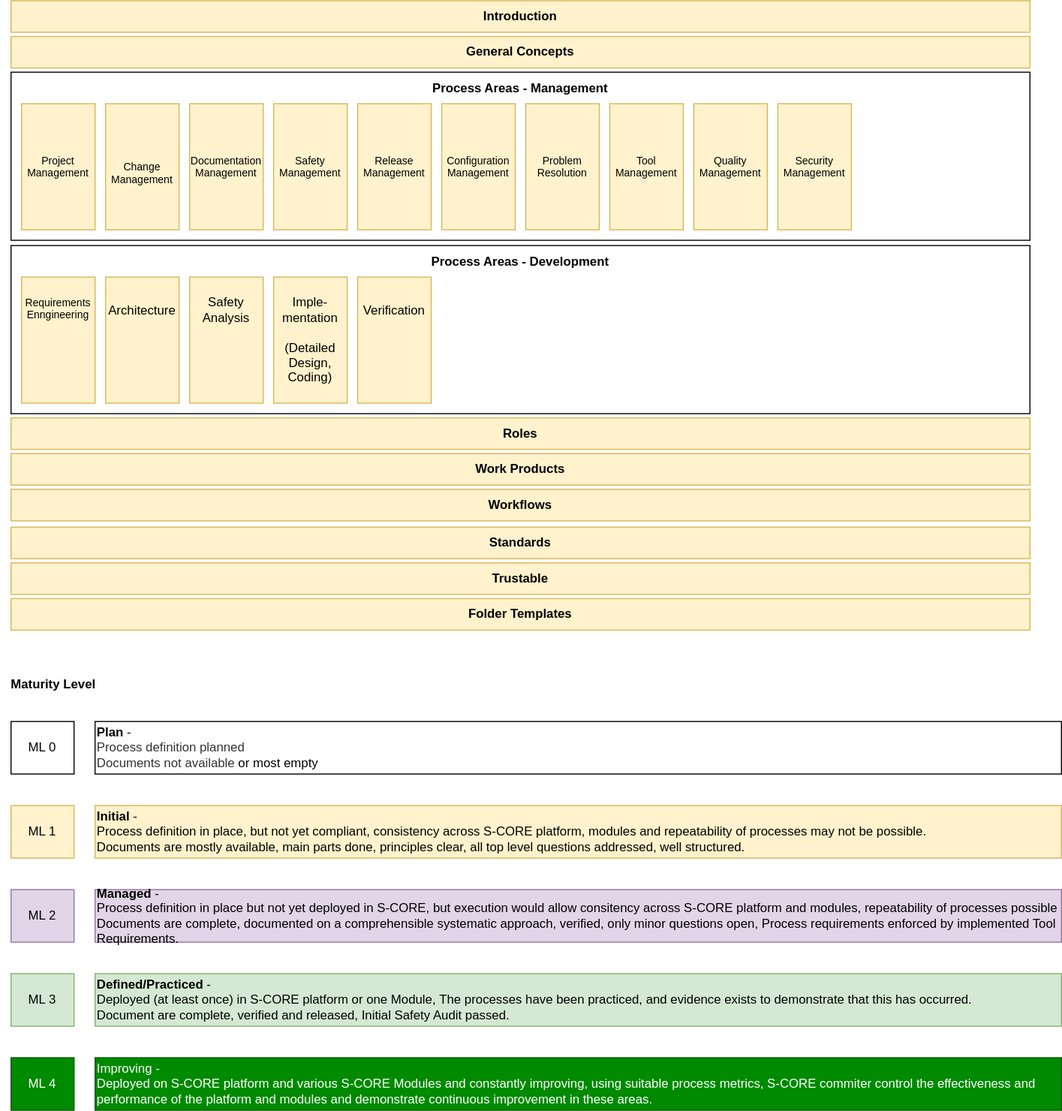
eclipse-score/process_description keeps this draw.io diagram as main/_images/score_process_area_overview.drawio.svg. Above is the earlier version. Source tidied: cells renumbered, new cells last; positions are measured from the earlier drawing's top-left corner, leaving out a move shared by most shapes.
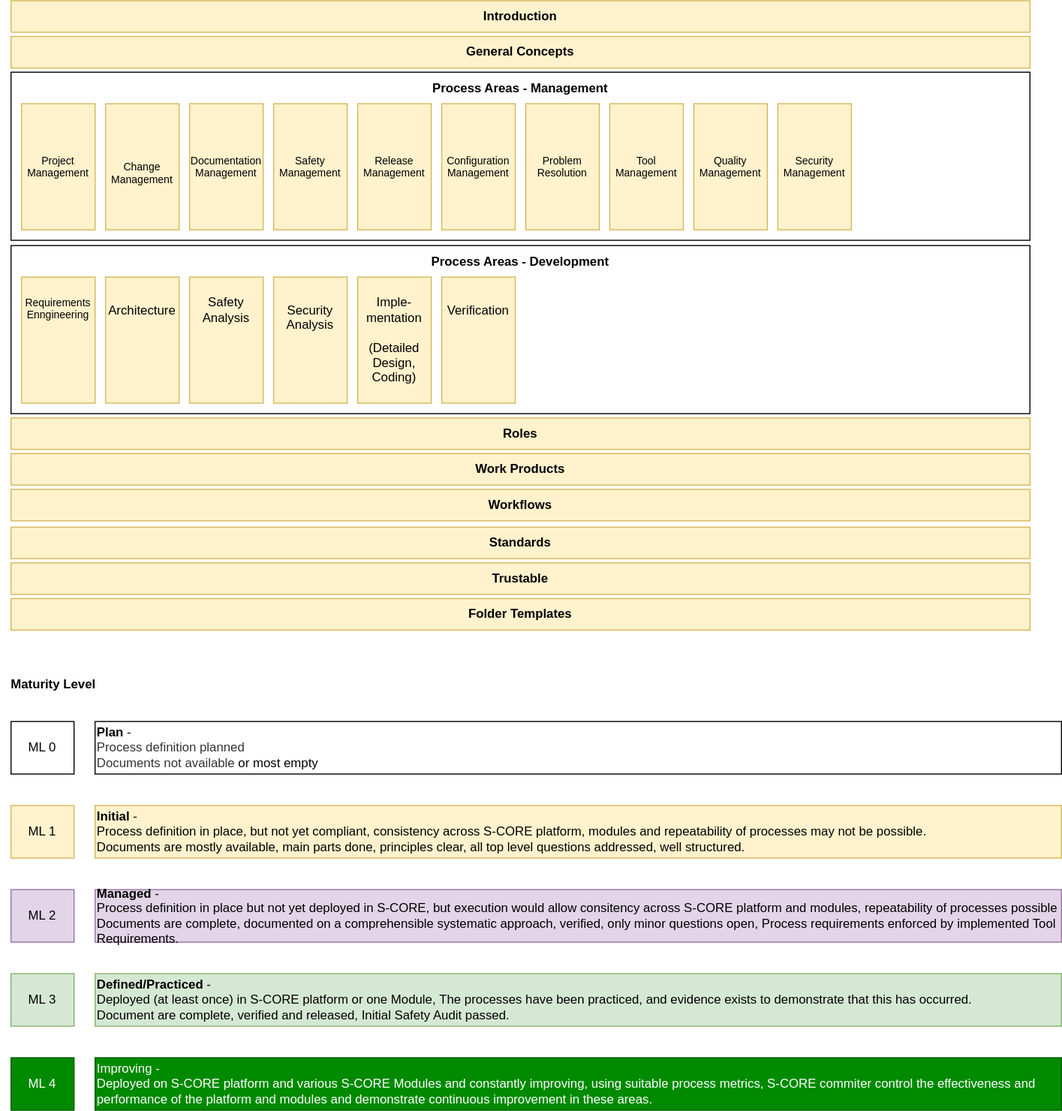
After the change.

Diff of the diagram source:
```diff
@@ -11,7 +11,7 @@
     <mxCell id="4" value="&lt;b&gt;&lt;br&gt;&lt;br&gt;Process Areas - Management&lt;br&gt;&lt;br&gt;&lt;br&gt;&lt;br&gt;&lt;br&gt;&lt;br&gt;&lt;br&gt;&lt;br&gt;&lt;br&gt;&lt;br&gt;&lt;br&gt;&amp;nbsp;&lt;/b&gt;" style="rounded=0;whiteSpace=wrap;html=1;" parent="1" vertex="1">
       <mxGeometry x="10" y="68" width="970" height="160" as="geometry" />
     </mxCell>
-    <mxCell id="5" value="Requirements&lt;br style=&quot;font-size: 10px;&quot;&gt;Enngineering&lt;br style=&quot;font-size: 10px;&quot;&gt;&lt;br&gt;&lt;br&gt;&lt;br style=&quot;font-size: 10px;&quot;&gt;&lt;br style=&quot;font-size: 10px;&quot;&gt;&lt;br style=&quot;font-size: 10px;&quot;&gt;" style="rounded=0;whiteSpace=wrap;html=1;fillColor=#fff2cc;strokeColor=#d6b656;fontSize=10;" parent="1" vertex="1">
+    <mxCell id="5" value="Requirements&lt;br style=&quot;font-size: 10px;&quot;&gt;Enngineering&lt;br style=&quot;font-size: 10px;&quot;&gt;&lt;br&gt;&lt;br&gt;&lt;br style=&quot;font-size: 10px;&quot;&gt;&lt;br style=&quot;font-size: 10px;&quot;&gt;&lt;br style=&quot;font-size: 10px;&quot;&gt;" style="rounded=0;whiteSpace=wrap;html=1;fillColor=#fff2cc;strokeColor=#d6b656;fontSize=10;verticalAlign=middle;" parent="1" vertex="1">
       <mxGeometry x="20" y="263" width="70" height="120" as="geometry" />
     </mxCell>
     <mxCell id="6" value="Safety&lt;br style=&quot;font-size: 10px;&quot;&gt;Management" style="rounded=0;whiteSpace=wrap;html=1;fillColor=#fff2cc;strokeColor=#d6b656;fontSize=10;" parent="1" vertex="1">
@@ -35,7 +35,7 @@
     <mxCell id="12" value="&lt;br&gt;Architecture&lt;br&gt;&lt;br&gt;&lt;br&gt;&lt;br&gt;&lt;br&gt;&lt;br&gt;" style="rounded=0;whiteSpace=wrap;html=1;fillColor=#fff2cc;strokeColor=#d6b656;" parent="1" vertex="1">
       <mxGeometry x="100" y="263" width="70" height="120" as="geometry" />
     </mxCell>
-    <mxCell id="13" value="Imple-mentation&lt;br&gt;&lt;br&gt;(Detailed Design, &lt;br&gt;Coding)" style="rounded=0;whiteSpace=wrap;html=1;fillColor=#fff2cc;strokeColor=#d6b656;" parent="1" vertex="1">
+    <mxCell id="13" value="Security&lt;br&gt;Analysis&lt;br&gt;&lt;br&gt;&lt;br&gt;&lt;br&gt;" style="rounded=0;whiteSpace=wrap;html=1;fillColor=#fff2cc;strokeColor=#d6b656;verticalAlign=middle;" parent="1" vertex="1">
       <mxGeometry x="260" y="263" width="70" height="120" as="geometry" />
     </mxCell>
     <mxCell id="14" value="Problem Resolution" style="rounded=0;whiteSpace=wrap;html=1;fontSize=10;fillColor=#fff2cc;strokeColor=#d6b656;" parent="1" vertex="1">
@@ -51,7 +51,7 @@
       <mxGeometry x="10" y="766" width="60" height="50" as="geometry" />
     </mxCell>
     <mxCell id="18" value="&lt;br&gt;&lt;br&gt;Verification&lt;br&gt;&lt;br&gt;&lt;br&gt;&lt;br&gt;&lt;br&gt;&lt;br&gt;&lt;br&gt;" style="rounded=0;whiteSpace=wrap;html=1;fillColor=#fff2cc;strokeColor=#d6b656;" parent="1" vertex="1">
-      <mxGeometry x="340" y="263" width="70" height="120" as="geometry" />
+      <mxGeometry x="420" y="263" width="70" height="120" as="geometry" />
     </mxCell>
     <mxCell id="19" value="Configuration&lt;br style=&quot;font-size: 10px;&quot;&gt;Management" style="rounded=0;whiteSpace=wrap;html=1;fontSize=10;fillColor=#fff2cc;strokeColor=#d6b656;" parent="1" vertex="1">
       <mxGeometry x="420" y="98" width="70" height="120" as="geometry" />
@@ -110,5 +110,8 @@
     <mxCell id="37" value="Security&lt;br style=&quot;font-size: 10px;&quot;&gt;Management" style="rounded=0;whiteSpace=wrap;html=1;fontSize=10;fillColor=#fff2cc;strokeColor=#d6b656;" parent="1" vertex="1">
       <mxGeometry x="740" y="98" width="70" height="120" as="geometry" />
     </mxCell>
+    <mxCell id="38" value="Imple-mentation&lt;br&gt;&lt;br&gt;(Detailed Design, &lt;br&gt;Coding)" style="rounded=0;whiteSpace=wrap;html=1;fillColor=#fff2cc;strokeColor=#d6b656;" parent="1" vertex="1">
+      <mxGeometry x="340" y="263" width="70" height="120" as="geometry" />
+    </mxCell>
   </root>
 </mxGraphModel>
```
